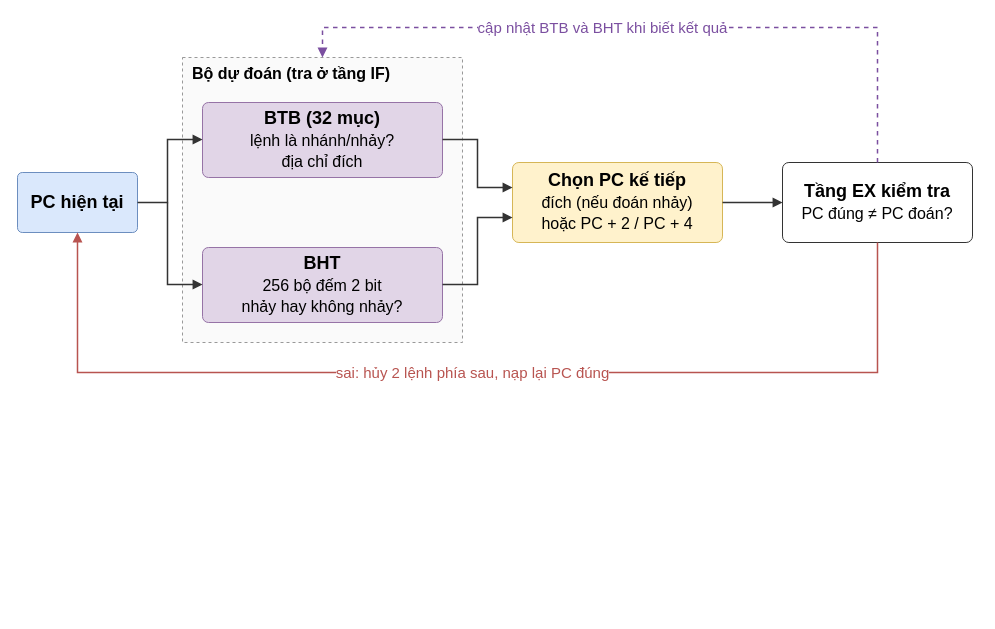
Before: page "3. Dự đoán rẽ nhánh" (3 of 7) of docs/diagrams/so_do_khoi.drawio in danhle396/doanthietke, a draw.io diagram. Source tidied: cells renumbered, new cells numbered last; positions are measured from the earlier drawing's top-left corner, leaving out a move shared by most shapes. Both pictures are drawn from the tidied source at 100%, with x=0, y=0 at pixel (17, 17).
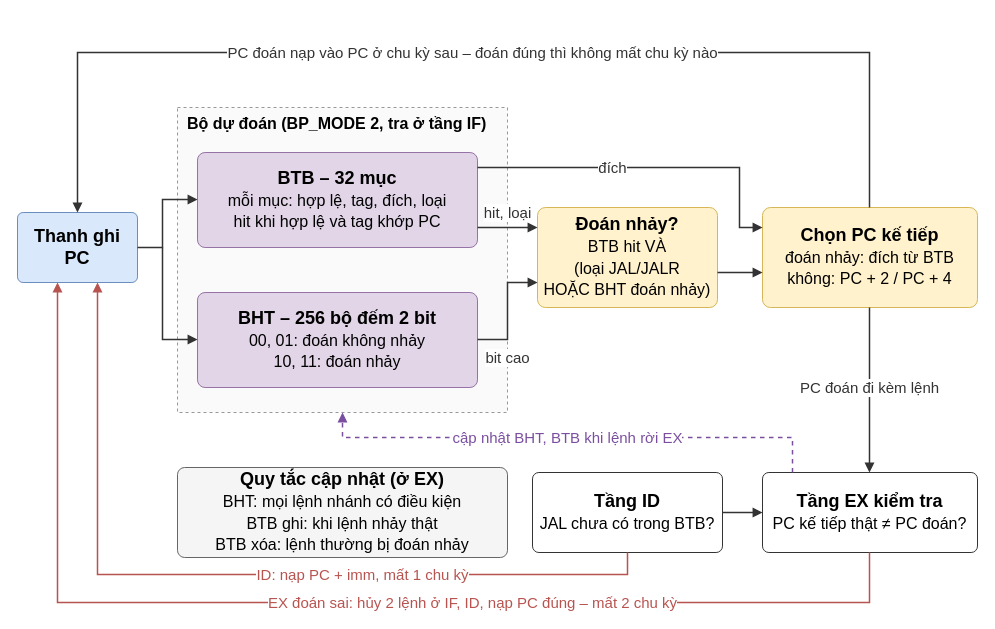
Above is the later version.

Diff of the diagram source:
```diff
@@
-    <mxCell id="2" value="&lt;b&gt;PC hiện tại&lt;/b&gt;" style="rounded=1;arcSize=8;whiteSpace=wrap;html=1;fillColor=#DAE8FC;strokeColor=#6C8EBF;fontSize=18;" parent="1" vertex="1">
-      <mxGeometry y="155" width="120" height="60" as="geometry" />
+    <mxCell id="2" value="&lt;b&gt;Thanh ghi&lt;br&gt;PC&lt;/b&gt;" style="rounded=1;arcSize=8;whiteSpace=wrap;html=1;fillColor=#DAE8FC;strokeColor=#6C8EBF;fontSize=18;" parent="1" vertex="1">
+      <mxGeometry y="195" width="120" height="70" as="geometry" />
     </mxCell>
-    <mxCell id="3" value="Bộ dự đoán (tra ở tầng IF)" style="rounded=0;whiteSpace=wrap;html=1;dashed=1;fillColor=#FAFAFA;strokeColor=#999999;verticalAlign=top;align=left;spacingLeft=8;fontStyle=1;fontSize=16;" parent="1" vertex="1">
-      <mxGeometry x="165" y="40" width="280" height="285" as="geometry" />
+    <mxCell id="3" value="Bộ dự đoán (BP_MODE 2, tra ở tầng IF)" style="rounded=0;whiteSpace=wrap;html=1;dashed=1;fillColor=#FAFAFA;strokeColor=#999999;verticalAlign=top;align=left;spacingLeft=8;fontStyle=1;fontSize=16;" parent="1" vertex="1">
+      <mxGeometry x="160" y="90" width="330" height="305" as="geometry" />
     </mxCell>
-    <mxCell id="4" value="&lt;b&gt;BTB (32 mục)&lt;/b&gt;&lt;br&gt;&lt;font style=&quot;font-size:16px&quot;&gt;lệnh là nhánh/nhảy?&lt;br&gt;địa chỉ đích&lt;/font&gt;" style="rounded=1;arcSize=8;whiteSpace=wrap;html=1;fillColor=#E1D5E7;strokeColor=#9673A6;fontSize=18;" parent="1" vertex="1">
-      <mxGeometry x="185" y="85" width="240" height="75" as="geometry" />
+    <mxCell id="4" value="&lt;b&gt;BTB – 32 mục&lt;/b&gt;&lt;br&gt;&lt;font style=&quot;font-size:16px&quot;&gt;mỗi mục: hợp lệ, tag, đích, loại&lt;br&gt;hit khi hợp lệ và tag khớp PC&lt;/font&gt;" style="rounded=1;arcSize=8;whiteSpace=wrap;html=1;fillColor=#E1D5E7;strokeColor=#9673A6;fontSize=18;" parent="1" vertex="1">
+      <mxGeometry x="180" y="135" width="280" height="95" as="geometry" />
     </mxCell>
-    <mxCell id="5" value="&lt;b&gt;BHT&lt;/b&gt;&lt;br&gt;&lt;font style=&quot;font-size:16px&quot;&gt;256 bộ đếm 2 bit&lt;br&gt;nhảy hay không nhảy?&lt;/font&gt;" style="rounded=1;arcSize=8;whiteSpace=wrap;html=1;fillColor=#E1D5E7;strokeColor=#9673A6;fontSize=18;" parent="1" vertex="1">
-      <mxGeometry x="185" y="230" width="240" height="75" as="geometry" />
+    <mxCell id="5" value="&lt;b&gt;BHT – 256 bộ đếm 2 bit&lt;/b&gt;&lt;br&gt;&lt;font style=&quot;font-size:16px&quot;&gt;00, 01: đoán không nhảy&lt;br&gt;10, 11: đoán nhảy&lt;/font&gt;" style="rounded=1;arcSize=8;whiteSpace=wrap;html=1;fillColor=#E1D5E7;strokeColor=#9673A6;fontSize=18;" parent="1" vertex="1">
+      <mxGeometry x="180" y="275" width="280" height="95" as="geometry" />
     </mxCell>
-    <mxCell id="6" value="&lt;b&gt;Chọn PC kế tiếp&lt;/b&gt;&lt;br&gt;&lt;font style=&quot;font-size:16px&quot;&gt;đích (nếu đoán nhảy)&lt;br&gt;hoặc PC + 2 / PC + 4&lt;/font&gt;" style="rounded=1;arcSize=8;whiteSpace=wrap;html=1;fillColor=#FFF2CC;strokeColor=#D6B656;fontSize=18;" parent="1" vertex="1">
-      <mxGeometry x="495" y="145" width="210" height="80" as="geometry" />
+    <mxCell id="6" value="&lt;b&gt;Đoán nhảy?&lt;/b&gt;&lt;br&gt;&lt;font style=&quot;font-size:16px&quot;&gt;BTB hit VÀ&lt;br&gt;(loại JAL/JALR&lt;br&gt;HOẶC BHT đoán nhảy)&lt;/font&gt;" style="rounded=1;arcSize=8;whiteSpace=wrap;html=1;fillColor=#FFF2CC;strokeColor=#D6B656;fontSize=18;" parent="1" vertex="1">
+      <mxGeometry x="520" y="190" width="180" height="100" as="geometry" />
     </mxCell>
-    <mxCell id="7" value="&lt;b&gt;Tầng EX kiểm tra&lt;/b&gt;&lt;br&gt;&lt;font style=&quot;font-size:16px&quot;&gt;PC đúng ≠ PC đoán?&lt;/font&gt;" style="rounded=1;arcSize=8;whiteSpace=wrap;html=1;fillColor=#FFFFFF;strokeColor=#333333;fontSize=18;" parent="1" vertex="1">
-      <mxGeometry x="765" y="145" width="190" height="80" as="geometry" />
+    <mxCell id="7" value="&lt;b&gt;Chọn PC kế tiếp&lt;/b&gt;&lt;br&gt;&lt;font style=&quot;font-size:16px&quot;&gt;đoán nhảy: đích từ BTB&lt;br&gt;không: PC + 2 / PC + 4&lt;/font&gt;" style="rounded=1;arcSize=8;whiteSpace=wrap;html=1;fillColor=#FFF2CC;strokeColor=#D6B656;fontSize=18;" parent="1" vertex="1">
+      <mxGeometry x="745" y="190" width="215" height="100" as="geometry" />
     </mxCell>
     <mxCell id="8" style="html=1;rounded=0;strokeColor=#333333;strokeWidth=1.5;fontColor=#333333;fontSize=15;labelBackgroundColor=#FFFFFF;endArrow=block;endFill=1;startArrow=none;startFill=1;" parent="1" edge="1">
       <mxGeometry relative="1" as="geometry">
-        <mxPoint x="120" y="185" as="sourcePoint" />
-        <mxPoint x="185" y="122" as="targetPoint" />
+        <mxPoint x="120" y="230" as="sourcePoint" />
+        <mxPoint x="180" y="182" as="targetPoint" />
         <Array as="points">
-          <mxPoint x="150" y="185" />
-          <mxPoint x="150" y="122" />
+          <mxPoint x="145" y="230" />
+          <mxPoint x="145" y="182" />
         </Array>
       </mxGeometry>
     </mxCell>
     <mxCell id="9" style="html=1;rounded=0;strokeColor=#333333;strokeWidth=1.5;fontColor=#333333;fontSize=15;labelBackgroundColor=#FFFFFF;endArrow=block;endFill=1;startArrow=none;startFill=1;" parent="1" edge="1">
       <mxGeometry relative="1" as="geometry">
-        <mxPoint x="150" y="185" as="sourcePoint" />
-        <mxPoint x="185" y="267" as="targetPoint" />
+        <mxPoint x="145" y="230" as="sourcePoint" />
+        <mxPoint x="180" y="322" as="targetPoint" />
         <Array as="points">
-          <mxPoint x="150" y="267" />
+          <mxPoint x="145" y="322" />
         </Array>
       </mxGeometry>
     </mxCell>
     <mxCell id="10" style="html=1;rounded=0;strokeColor=#333333;strokeWidth=1.5;fontColor=#333333;fontSize=15;labelBackgroundColor=#FFFFFF;endArrow=block;endFill=1;startArrow=none;startFill=1;" parent="1" edge="1">
       <mxGeometry relative="1" as="geometry">
-        <mxPoint x="425" y="122" as="sourcePoint" />
-        <mxPoint x="495" y="170" as="targetPoint" />
+        <mxPoint x="460" y="150" as="sourcePoint" />
+        <mxPoint x="745" y="210" as="targetPoint" />
         <Array as="points">
-          <mxPoint x="460" y="122" />
-          <mxPoint x="460" y="170" />
+          <mxPoint x="722" y="150" />
+          <mxPoint x="722" y="210" />
         </Array>
       </mxGeometry>
     </mxCell>
-    <mxCell id="11" style="html=1;rounded=0;strokeColor=#333333;strokeWidth=1.5;fontColor=#333333;fontSize=15;labelBackgroundColor=#FFFFFF;endArrow=block;endFill=1;startArrow=none;startFill=1;" parent="1" edge="1">
-      <mxGeometry relative="1" as="geometry">
-        <mxPoint x="425" y="267" as="sourcePoint" />
-        <mxPoint x="495" y="200" as="targetPoint" />
-        <Array as="points">
-          <mxPoint x="460" y="267" />
-          <mxPoint x="460" y="200" />
-        </Array>
-      </mxGeometry>
+    <mxCell id="11" value="đích" style="text;html=1;align=center;verticalAlign=middle;fontSize=15;fontColor=#333333;labelBackgroundColor=#FFFFFF;" parent="1" vertex="1">
+      <mxGeometry x="569.2" y="140" width="51.5" height="20" as="geometry" />
     </mxCell>
     <mxCell id="12" style="html=1;rounded=0;strokeColor=#333333;strokeWidth=1.5;fontColor=#333333;fontSize=15;labelBackgroundColor=#FFFFFF;endArrow=block;endFill=1;startArrow=none;startFill=1;" parent="1" edge="1">
       <mxGeometry relative="1" as="geometry">
-        <mxPoint x="705" y="185" as="sourcePoint" />
-        <mxPoint x="765" y="185" as="targetPoint" />
+        <mxPoint x="460" y="210" as="sourcePoint" />
+        <mxPoint x="520" y="210" as="targetPoint" />
       </mxGeometry>
     </mxCell>
-    <mxCell id="13" style="html=1;rounded=0;strokeColor=#B85450;strokeWidth=1.5;fontColor=#B85450;fontSize=15;labelBackgroundColor=#FFFFFF;endArrow=block;endFill=1;startArrow=none;startFill=1;" parent="1" edge="1">
-      <mxGeometry relative="1" as="geometry">
-        <mxPoint x="860" y="225" as="sourcePoint" />
-        <mxPoint x="60" y="215" as="targetPoint" />
-        <Array as="points">
-          <mxPoint x="860" y="355" />
-          <mxPoint x="60" y="355" />
-        </Array>
-      </mxGeometry>
+    <mxCell id="13" value="hit, loại" style="text;html=1;align=center;verticalAlign=middle;fontSize=15;fontColor=#333333;labelBackgroundColor=#FFFFFF;" parent="1" vertex="1">
+      <mxGeometry x="438.3" y="185" width="103.5" height="20" as="geometry" />
     </mxCell>
-    <mxCell id="14" value="sai: hủy 2 lệnh phía sau, nạp lại PC đúng" style="text;html=1;align=center;verticalAlign=middle;fontSize=15;fontColor=#B85450;labelBackgroundColor=#FFFFFF;" parent="1" vertex="1">
-      <mxGeometry x="237.1" y="345" width="435.8" height="20" as="geometry" />
+    <mxCell id="14" style="html=1;rounded=0;strokeColor=#333333;strokeWidth=1.5;fontColor=#333333;fontSize=15;labelBackgroundColor=#FFFFFF;endArrow=block;endFill=1;startArrow=none;startFill=1;" parent="1" edge="1">
+      <mxGeometry relative="1" as="geometry">
+        <mxPoint x="460" y="322" as="sourcePoint" />
+        <mxPoint x="520" y="265" as="targetPoint" />
+        <Array as="points">
+          <mxPoint x="490" y="322" />
+          <mxPoint x="490" y="265" />
+        </Array>
+      </mxGeometry>
     </mxCell>
-    <mxCell id="15" style="html=1;rounded=0;strokeColor=#7B4FA0;strokeWidth=1.5;fontColor=#7B4FA0;fontSize=15;labelBackgroundColor=#FFFFFF;endArrow=block;endFill=1;startArrow=none;startFill=1;dashed=1;" parent="1" edge="1">
-      <mxGeometry relative="1" as="geometry">
-        <mxPoint x="860" y="145" as="sourcePoint" />
-        <mxPoint x="305" y="40" as="targetPoint" />
-        <Array as="points">
-          <mxPoint x="860" y="10" />
-          <mxPoint x="305" y="10" />
-        </Array>
-      </mxGeometry>
+    <mxCell id="15" value="bit cao" style="text;html=1;align=center;verticalAlign=middle;fontSize=15;fontColor=#333333;labelBackgroundColor=#FFFFFF;" parent="1" vertex="1">
+      <mxGeometry x="448.7" y="330" width="82.7" height="20" as="geometry" />
     </mxCell>
-    <mxCell id="16" value="cập nhật BTB và BHT khi biết kết quả" style="text;html=1;align=center;verticalAlign=middle;fontSize=15;fontColor=#7B4FA0;labelBackgroundColor=#FFFFFF;" parent="1" vertex="1">
-      <mxGeometry x="393.1" width="383.8" height="20" as="geometry" />
+    <mxCell id="16" style="html=1;rounded=0;strokeColor=#333333;strokeWidth=1.5;fontColor=#333333;fontSize=15;labelBackgroundColor=#FFFFFF;endArrow=block;endFill=1;startArrow=none;startFill=1;" parent="1" edge="1">
+      <mxGeometry relative="1" as="geometry">
+        <mxPoint x="700" y="255" as="sourcePoint" />
+        <mxPoint x="745" y="255" as="targetPoint" />
+      </mxGeometry>
     </mxCell>
+    <mxCell id="17" style="html=1;rounded=0;strokeColor=#333333;strokeWidth=1.5;fontColor=#333333;fontSize=15;labelBackgroundColor=#FFFFFF;endArrow=block;endFill=1;startArrow=none;startFill=1;" parent="1" edge="1">
+      <mxGeometry relative="1" as="geometry">
+        <mxPoint x="852" y="190" as="sourcePoint" />
+        <mxPoint x="60" y="195" as="targetPoint" />
+        <Array as="points">
+          <mxPoint x="852" y="35" />
+          <mxPoint x="60" y="35" />
+        </Array>
+      </mxGeometry>
+    </mxCell>
+    <mxCell id="18" value="PC đoán nạp vào PC ở chu kỳ sau – đoán đúng thì không mất chu kỳ nào" style="text;html=1;align=center;verticalAlign=middle;fontSize=15;fontColor=#333333;labelBackgroundColor=#FFFFFF;" parent="1" vertex="1">
+      <mxGeometry x="96.9" y="25" width="716.2" height="20" as="geometry" />
+    </mxCell>
+    <mxCell id="19" value="&lt;b&gt;Quy tắc cập nhật (ở EX)&lt;/b&gt;&lt;br&gt;&lt;font style=&quot;font-size:16px&quot;&gt;BHT: mọi lệnh nhánh có điều kiện&lt;br&gt;BTB ghi: khi lệnh nhảy thật&lt;br&gt;BTB xóa: lệnh thường bị đoán nhảy&lt;/font&gt;" style="rounded=1;arcSize=8;whiteSpace=wrap;html=1;fillColor=#F5F5F5;strokeColor=#666666;fontSize=18;" parent="1" vertex="1">
+      <mxGeometry x="160" y="450" width="330" height="90" as="geometry" />
+    </mxCell>
+    <mxCell id="20" value="&lt;b&gt;Tầng ID&lt;/b&gt;&lt;br&gt;&lt;font style=&quot;font-size:16px&quot;&gt;JAL chưa có trong BTB?&lt;/font&gt;" style="rounded=1;arcSize=8;whiteSpace=wrap;html=1;fillColor=#FFFFFF;strokeColor=#333333;fontSize=18;" parent="1" vertex="1">
+      <mxGeometry x="515" y="455" width="190" height="80" as="geometry" />
+    </mxCell>
+    <mxCell id="21" value="&lt;b&gt;Tầng EX kiểm tra&lt;/b&gt;&lt;br&gt;&lt;font style=&quot;font-size:16px&quot;&gt;PC kế tiếp thật ≠ PC đoán?&lt;/font&gt;" style="rounded=1;arcSize=8;whiteSpace=wrap;html=1;fillColor=#FFFFFF;strokeColor=#333333;fontSize=18;" parent="1" vertex="1">
+      <mxGeometry x="745" y="455" width="215" height="80" as="geometry" />
+    </mxCell>
+    <mxCell id="22" style="html=1;rounded=0;strokeColor=#333333;strokeWidth=1.5;fontColor=#333333;fontSize=15;labelBackgroundColor=#FFFFFF;endArrow=block;endFill=1;startArrow=none;startFill=1;" parent="1" edge="1">
+      <mxGeometry relative="1" as="geometry">
+        <mxPoint x="705" y="495" as="sourcePoint" />
+        <mxPoint x="745" y="495" as="targetPoint" />
+      </mxGeometry>
+    </mxCell>
+    <mxCell id="23" style="html=1;rounded=0;strokeColor=#333333;strokeWidth=1.5;fontColor=#333333;fontSize=15;labelBackgroundColor=#FFFFFF;endArrow=block;endFill=1;startArrow=none;startFill=1;" parent="1" edge="1">
+      <mxGeometry relative="1" as="geometry">
+        <mxPoint x="852" y="290" as="sourcePoint" />
+        <mxPoint x="852" y="455" as="targetPoint" />
+      </mxGeometry>
+    </mxCell>
+    <mxCell id="24" value="PC đoán đi kèm lệnh" style="text;html=1;align=center;verticalAlign=middle;fontSize=15;fontColor=#333333;labelBackgroundColor=#FFFFFF;" parent="1" vertex="1">
+      <mxGeometry x="748.3" y="360" width="207.3" height="20" as="geometry" />
+    </mxCell>
+    <mxCell id="25" style="html=1;rounded=0;strokeColor=#7B4FA0;strokeWidth=1.5;fontColor=#7B4FA0;fontSize=15;labelBackgroundColor=#FFFFFF;endArrow=block;endFill=1;startArrow=none;startFill=1;dashed=1;" parent="1" edge="1">
+      <mxGeometry relative="1" as="geometry">
+        <mxPoint x="775" y="455" as="sourcePoint" />
+        <mxPoint x="325" y="395" as="targetPoint" />
+        <Array as="points">
+          <mxPoint x="775" y="420" />
+          <mxPoint x="325" y="420" />
+        </Array>
+      </mxGeometry>
+    </mxCell>
+    <mxCell id="26" value="cập nhật BHT, BTB khi lệnh rời EX" style="text;html=1;align=center;verticalAlign=middle;fontSize=15;fontColor=#7B4FA0;labelBackgroundColor=#FFFFFF;" parent="1" vertex="1">
+      <mxGeometry x="373.7" y="410" width="352.7" height="20" as="geometry" />
+    </mxCell>
+    <mxCell id="27" style="html=1;rounded=0;strokeColor=#B85450;strokeWidth=1.5;fontColor=#B85450;fontSize=15;labelBackgroundColor=#FFFFFF;endArrow=block;endFill=1;startArrow=none;startFill=1;" parent="1" edge="1">
+      <mxGeometry relative="1" as="geometry">
+        <mxPoint x="610" y="535" as="sourcePoint" />
+        <mxPoint x="80" y="265" as="targetPoint" />
+        <Array as="points">
+          <mxPoint x="610" y="557" />
+          <mxPoint x="80" y="557" />
+        </Array>
+      </mxGeometry>
+    </mxCell>
+    <mxCell id="28" value="ID: nạp PC + imm, mất 1 chu kỳ" style="text;html=1;align=center;verticalAlign=middle;fontSize=15;fontColor=#B85450;labelBackgroundColor=#FFFFFF;" parent="1" vertex="1">
+      <mxGeometry x="184.2" y="547" width="321.5" height="20" as="geometry" />
+    </mxCell>
+    <mxCell id="29" style="html=1;rounded=0;strokeColor=#B85450;strokeWidth=1.5;fontColor=#B85450;fontSize=15;labelBackgroundColor=#FFFFFF;endArrow=block;endFill=1;startArrow=none;startFill=1;" parent="1" edge="1">
+      <mxGeometry relative="1" as="geometry">
+        <mxPoint x="852" y="535" as="sourcePoint" />
+        <mxPoint x="40" y="265" as="targetPoint" />
+        <Array as="points">
+          <mxPoint x="852" y="585" />
+          <mxPoint x="40" y="585" />
+        </Array>
+      </mxGeometry>
+    </mxCell>
+    <mxCell id="30" value="EX đoán sai: hủy 2 lệnh ở IF, ID, nạp PC đúng – mất 2 chu kỳ" style="text;html=1;align=center;verticalAlign=middle;fontSize=15;fontColor=#B85450;labelBackgroundColor=#FFFFFF;" parent="1" vertex="1">
+      <mxGeometry x="138.5" y="575" width="633.1" height="20" as="geometry" />
+    </mxCell>
```
